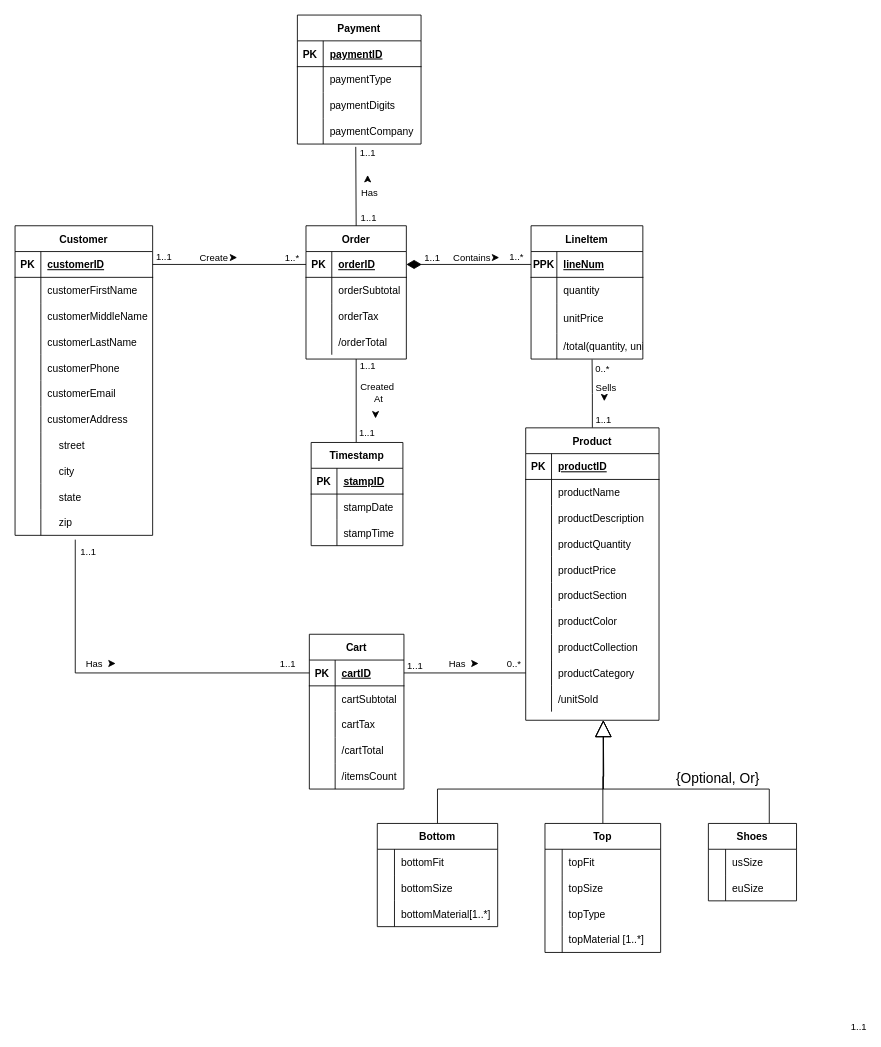
The draw.io diagram ERD/test.drawio in avivfaraj/INFO605-Project, before the edit. Source tidied: cells renumbered, new cells numbered last; positions are measured from the earlier drawing's top-left corner, leaving out a move shared by most shapes. Both pictures are drawn from the tidied source at 86%, with x=0, y=0 at pixel (15, 15).
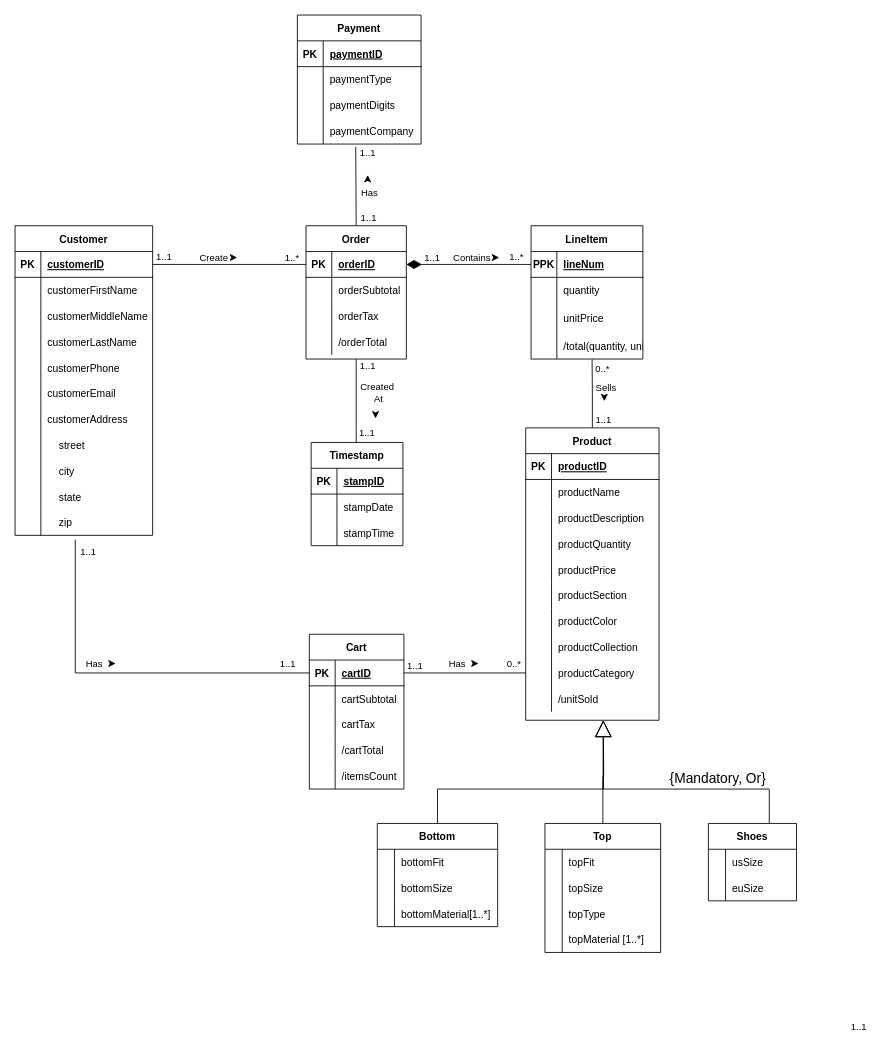
The same diagram, later.

Commit message:
Changed inheritance to Mandatory

Unchanged cells that the change refers to:
```xml
<mxCell id="35" style="edgeStyle=orthogonalEdgeStyle;rounded=0;jettySize=auto;html=1;endArrow=block;endFill=0;strokeWidth=1;startSize=6;endSize=17;" parent="1" edge="1" source="37">
  <mxGeometry relative="1" as="geometry">
    <mxPoint x="684" y="820" as="targetPoint" />
    <Array as="points">
      <mxPoint x="877" y="900" />
      <mxPoint x="684" y="900" />
    </Array>
  </mxGeometry>
</mxCell>
```

Change to the diagram source:
```diff
@@
-    <mxCell id="36" value="{Optional, Or}" style="edgeLabel;html=1;align=center;verticalAlign=middle;fontSize=16;" parent="35" vertex="1">
+    <mxCell id="36" value="{Mandatory, Or}" style="edgeLabel;html=1;align=center;verticalAlign=middle;fontSize=16;" parent="35" vertex="1">
       <mxGeometry x="-0.42" y="-2" relative="1" as="geometry">
         <mxPoint x="-10" y="-12" as="offset" />
       </mxGeometry>
     </mxCell>
```
